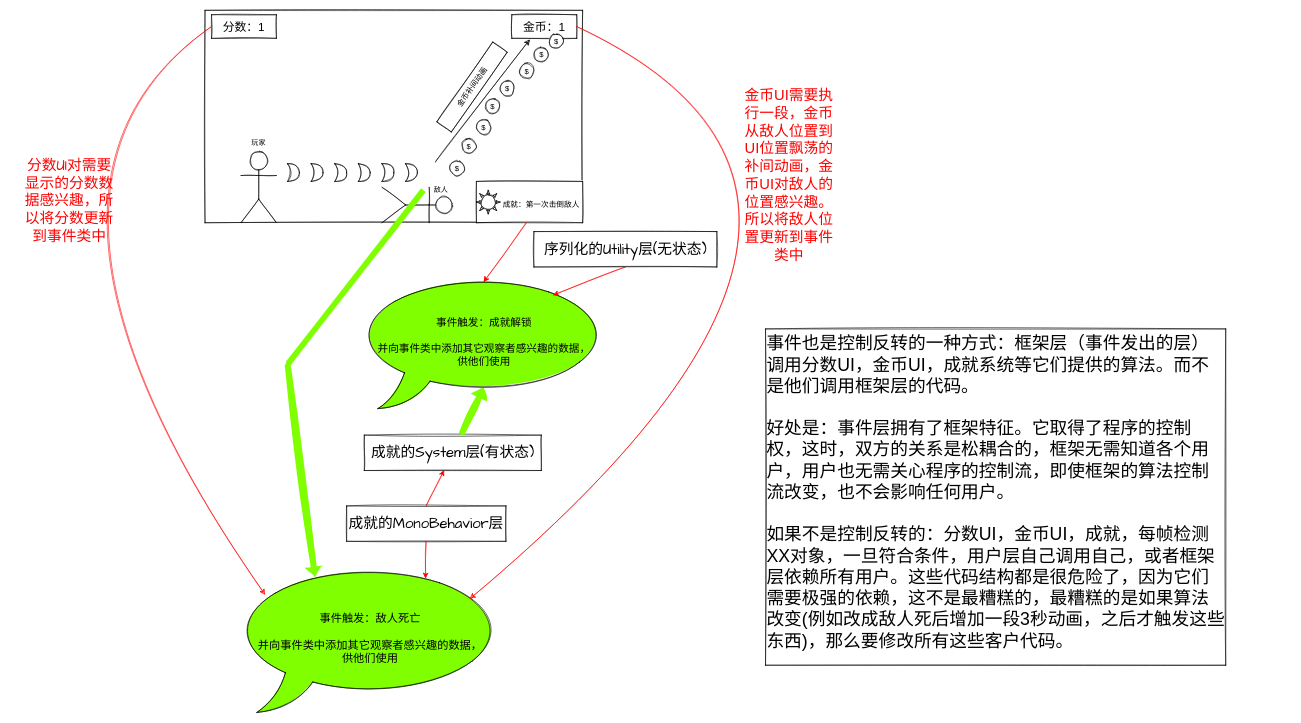
Above: page "事件" (1 of 10) of StartFramework.drawio in sass00n1/StartFramework (draw.io), before the change. Source tidied: cells renumbered, new cells numbered last; positions are measured from the earlier drawing's top-left corner, leaving out a move shared by most shapes. Both pictures are drawn from the tidied source at 59%, with x=0, y=0 at pixel (-19, 10).
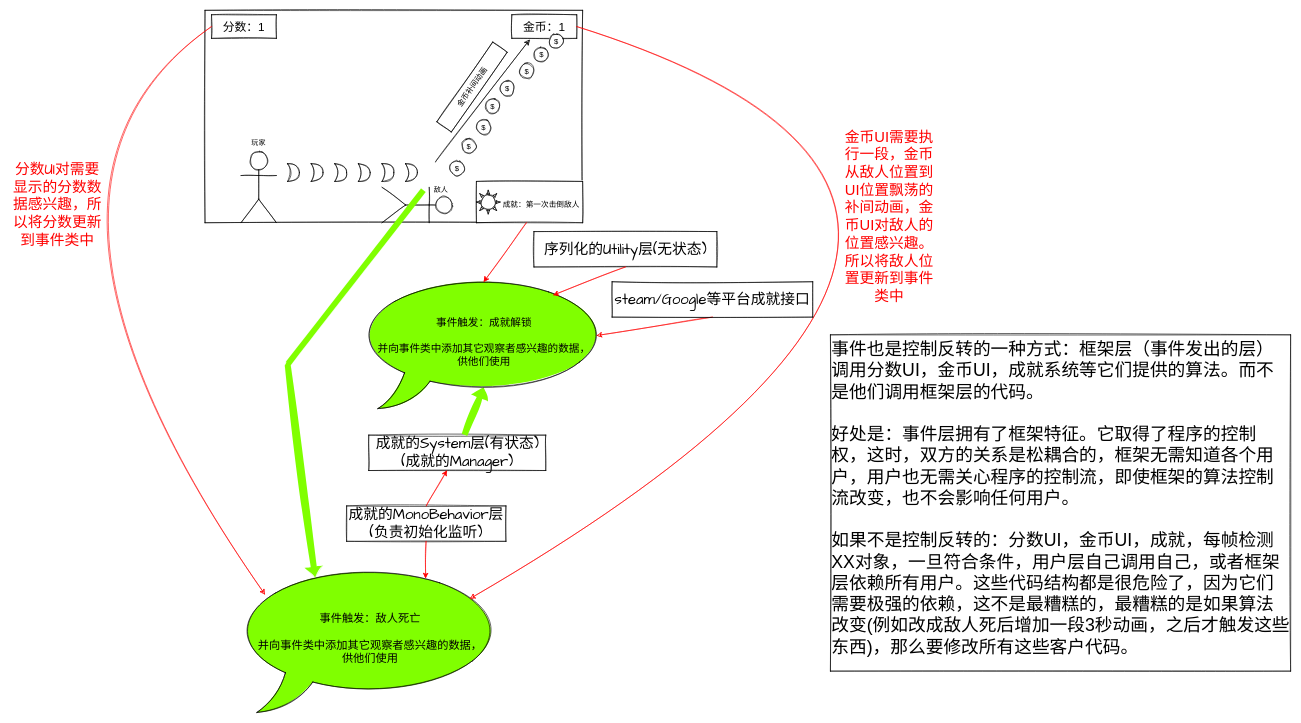
The same page after the edit.

Unchanged cells that the change refers to:
```xml
<mxCell id="17" value="&lt;div style=&quot;font-size: 19px&quot;&gt;&lt;font style=&quot;font-size: 19px&quot;&gt;事件触发：敌人死亡&lt;/font&gt;&lt;/div&gt;&lt;div style=&quot;font-size: 19px&quot;&gt;&lt;font style=&quot;font-size: 19px&quot;&gt;&lt;br&gt;&lt;/font&gt;&lt;/div&gt;&lt;div style=&quot;font-size: 19px&quot;&gt;&lt;font style=&quot;font-size: 19px&quot;&gt;并向事件类中添加其它观察者感兴趣的数据，&lt;/font&gt;&lt;/div&gt;&lt;div style=&quot;font-size: 19px&quot;&gt;&lt;font style=&quot;font-size: 19px&quot;&gt;供他们使用&lt;br&gt;&lt;/font&gt;&lt;/div&gt;" style="whiteSpace=wrap;html=1;shape=mxgraph.basic.oval_callout;rounded=0;shadow=0;glass=0;sketch=1;fontSize=13;fontColor=#000000;strokeColor=#000000;fillColor=#80FF00;fillStyle=solid;" parent="1" vertex="1">
  <mxGeometry x="430" y="940" width="460" height="250" as="geometry" />
</mxCell>
<mxCell id="18" value="&lt;font style=&quot;font-size: 20px&quot;&gt;金币：1&lt;/font&gt;" style="text;html=1;strokeColor=default;fillColor=none;align=center;verticalAlign=middle;whiteSpace=wrap;rounded=0;shadow=0;glass=0;sketch=1;fontColor=#000000;" parent="1" vertex="1">
  <mxGeometry x="900" y="7.5" width="110" height="40" as="geometry" />
</mxCell>
<mxCell id="39" value="&lt;div style=&quot;font-size: 18px&quot;&gt;&lt;font style=&quot;font-size: 18px&quot;&gt;事件触发：成就解锁&lt;/font&gt;&lt;/div&gt;&lt;div style=&quot;font-size: 18px&quot;&gt;&lt;font style=&quot;font-size: 18px&quot;&gt;&lt;br&gt;&lt;/font&gt;&lt;/div&gt;&lt;div style=&quot;font-size: 18px&quot;&gt;&lt;font style=&quot;font-size: 18px&quot;&gt;并向事件类中添加其它观察者感兴趣的数据，&lt;/font&gt;&lt;/div&gt;&lt;div style=&quot;font-size: 18px&quot;&gt;&lt;font style=&quot;font-size: 18px&quot;&gt;供他们使用&lt;br&gt;&lt;/font&gt;&lt;/div&gt;" style="whiteSpace=wrap;html=1;shape=mxgraph.basic.oval_callout;rounded=0;shadow=0;glass=0;sketch=1;fontSize=13;fontColor=#000000;strokeColor=#000000;fillColor=#80FF00;fillStyle=solid;" parent="1" vertex="1">
  <mxGeometry x="637.5" y="450" width="430" height="225" as="geometry" />
</mxCell>
```

What changed in the source:
```diff
@@
     <mxCell id="30" style="endArrow=classic;html=1;sketch=1;fontSize=14;fontColor=#000000;strokeColor=#FF0000;curved=1;exitX=1;exitY=0.5;exitDx=0;exitDy=0;entryX=0.868;entryY=0.228;entryDx=0;entryDy=0;entryPerimeter=0;" parent="1" edge="1" source="18" target="17">
       <mxGeometry relative="1" as="geometry">
         <Array as="points">
-          <mxPoint x="1640" y="320" />
+          <mxPoint x="1980" y="330" />
         </Array>
       </mxGeometry>
     </mxCell>
@@
     <mxCell id="32" value="&lt;font style=&quot;font-size: 25px&quot; face=&quot;Comic Sans MS&quot; color=&quot;#FF0000&quot;&gt;分数UI对需要显示的分数数据感兴趣，所以将分数更新到事件类中&lt;/font&gt;" style="text;html=1;strokeColor=none;fillColor=none;align=center;verticalAlign=middle;whiteSpace=wrap;rounded=0;shadow=0;glass=0;sketch=1;fillStyle=solid;fontSize=14;fontColor=#000000;" parent="1" vertex="1">
-      <mxGeometry x="70" y="210" width="160" height="225" as="geometry" />
+      <mxGeometry x="50" y="217.5" width="160" height="225" as="geometry" />
     </mxCell>
     <mxCell id="33" value="&lt;font style=&quot;font-size: 25px&quot; color=&quot;#FF0000&quot;&gt;金币UI需要执行一段，金币从敌人位置到UI位置飘荡的补间动画，金币UI对敌人的位置感兴趣。所以将敌人位置更新到事件类中&lt;/font&gt;" style="text;html=1;strokeColor=none;fillColor=none;align=center;verticalAlign=middle;whiteSpace=wrap;rounded=0;shadow=0;glass=0;sketch=1;fillStyle=solid;fontSize=14;fontColor=#000000;" parent="1" vertex="1">
-      <mxGeometry x="1290" y="165" width="160" height="225" as="geometry" />
+      <mxGeometry x="1460" y="235" width="160" height="225" as="geometry" />
     </mxCell>
-    <mxCell id="34" value="成就的MonoBehavior层" style="rounded=0;whiteSpace=wrap;html=1;shadow=0;glass=0;sketch=1;fillStyle=solid;fontFamily=Comic Sans MS;fontSize=25;fontColor=#000000;strokeColor=default;fillColor=none;" parent="1" vertex="1">
+    <mxCell id="34" value="&lt;div&gt;成就的MonoBehavior层&lt;/div&gt;&lt;div&gt;(负责初始化监听)&lt;br&gt;&lt;/div&gt;" style="rounded=0;whiteSpace=wrap;html=1;shadow=0;glass=0;sketch=1;fillStyle=solid;fontFamily=Comic Sans MS;fontSize=25;fontColor=#000000;strokeColor=default;fillColor=none;" parent="1" vertex="1">
       <mxGeometry x="620" y="840" width="270" height="60" as="geometry" />
     </mxCell>
@@
-    <mxCell id="36" value="成就的System层(有状态)" style="rounded=0;whiteSpace=wrap;html=1;shadow=0;glass=0;sketch=1;fillStyle=solid;fontFamily=Comic Sans MS;fontSize=25;fontColor=#000000;strokeColor=default;fillColor=none;" parent="1" vertex="1">
-      <mxGeometry x="650" y="720" width="300" height="60" as="geometry" />
+    <mxCell id="36" value="&lt;div&gt;成就的System层(有状态)&lt;/div&gt;&lt;div&gt;(成就的Manager)&lt;br&gt;&lt;/div&gt;" style="rounded=0;whiteSpace=wrap;html=1;shadow=0;glass=0;sketch=1;fillStyle=solid;fontFamily=Comic Sans MS;fontSize=25;fontColor=#000000;strokeColor=default;fillColor=none;" parent="1" vertex="1">
+      <mxGeometry x="657.5" y="720" width="300" height="60" as="geometry" />
     </mxCell>
@@
     <mxCell id="43" value="&lt;div&gt;&lt;font style=&quot;font-size: 30px&quot;&gt;事件也是控制反转的一种方式：框架层（事件发出的层）调用分数UI，金币UI，成就系统等它们提供的算法。而不是他们调用框架层的代码。&lt;/font&gt;&lt;/div&gt;&lt;div&gt;&lt;font style=&quot;font-size: 30px&quot;&gt;&lt;br&gt;&lt;/font&gt;&lt;/div&gt;&lt;div&gt;&lt;font style=&quot;font-size: 30px&quot;&gt;好处是：事件层拥有了框架特征。它取得了程序的控制权，这时，双方的关系是松耦合的，框架无需知道各个用户，用户也无需关心程序的控制流，即使框架的算法控制流改变，也不会影响任何用户。&lt;/font&gt;&lt;/div&gt;&lt;div&gt;&lt;font style=&quot;font-size: 30px&quot;&gt;&lt;br&gt;&lt;/font&gt;&lt;/div&gt;&lt;div&gt;&lt;font style=&quot;font-size: 30px&quot;&gt;如果不是控制反转的：分数UI，金币UI，成就，每帧检测XX对象，一旦符合条件，用户层自己调用自己，或者框架层依赖所有用户。这些代码结构都是很危险了，因为它们需要极强的依赖，这不是最糟糕的，最糟糕的是如果算法改变(例如改成敌人死后增加一段3秒动画，之后才触发这些东西)，那么要修改所有这些客户代码。&lt;/font&gt;&lt;/div&gt;&lt;div&gt;&lt;br&gt;&lt;/div&gt;" style="text;html=1;align=left;verticalAlign=top;whiteSpace=wrap;rounded=0;sketch=1;fontSize=13;strokeColor=default;glass=0;shadow=0;" parent="1" vertex="1">
-      <mxGeometry x="1330" y="540" width="780" height="570" as="geometry" />
+      <mxGeometry x="1440" y="550" width="780" height="570" as="geometry" />
     </mxCell>
+    <mxCell id="44" style="rounded=1;jettySize=auto;html=1;exitX=0.5;exitY=1;exitDx=0;exitDy=0;entryX=0.945;entryY=0.45;entryDx=0;entryDy=0;entryPerimeter=0;fillColor=#f8cecc;strokeColor=#FF0000;sketch=1;" parent="1" edge="1" source="45" target="39">
+      <mxGeometry relative="1" as="geometry" />
+    </mxCell>
+    <mxCell id="45" value="steam/Google等平台成就接口" style="rounded=0;whiteSpace=wrap;html=1;shadow=0;glass=0;sketch=1;fillStyle=solid;fontFamily=Comic Sans MS;fontSize=25;fontColor=#000000;strokeColor=default;fillColor=none;" parent="1" vertex="1">
+      <mxGeometry x="1070" y="460" width="340" height="60" as="geometry" />
+    </mxCell>
```
